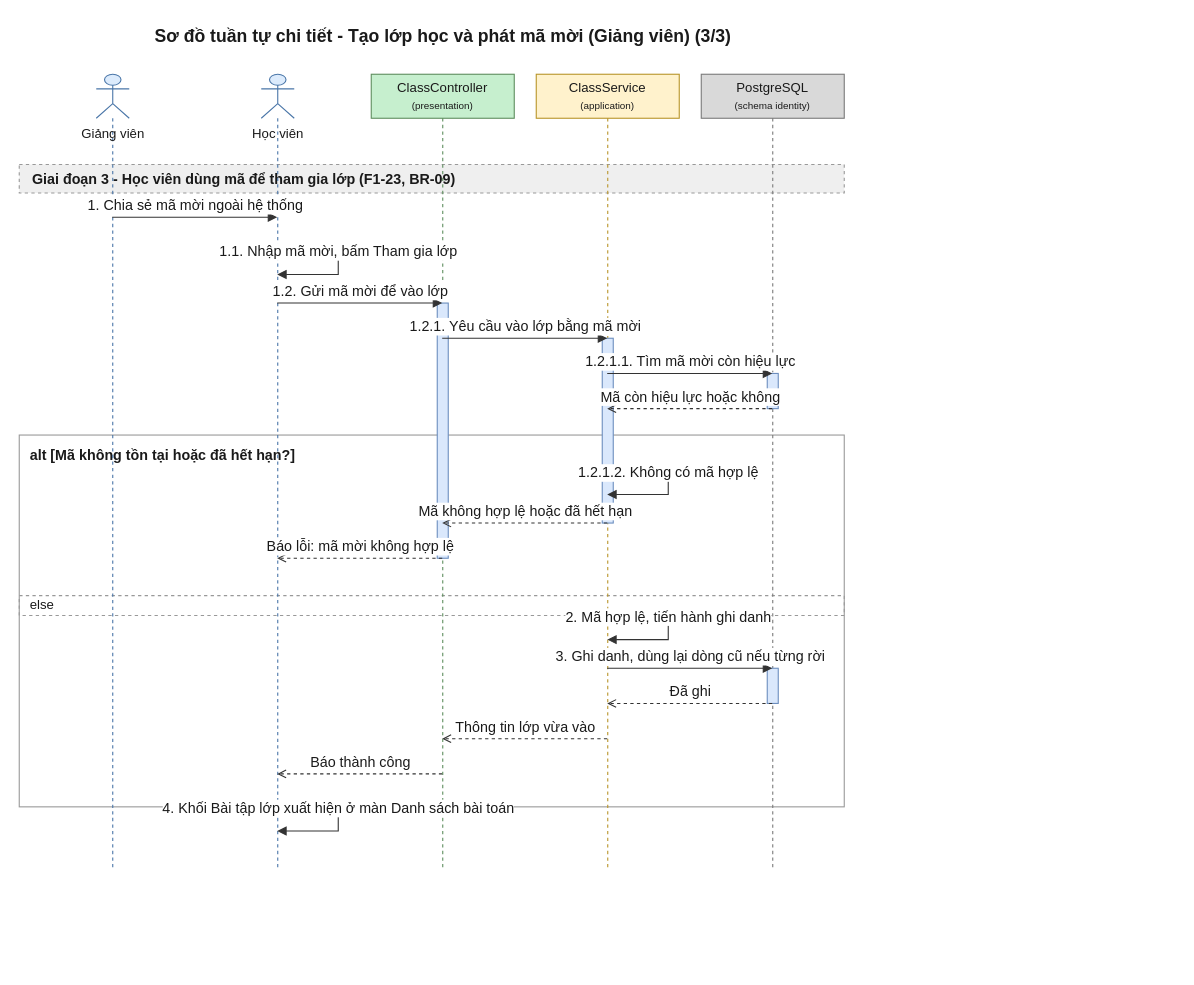
The draw.io diagram 08-diagram/sequence/gv/sequence_gv_tao_lop_va_ma_moi_p3.drawio in daiphu1801/PRJ_ALGOPREP, before the edit. Source tidied: cells renumbered, new cells numbered last; positions are measured from the earlier drawing's top-left corner, leaving out a move shared by most shapes. Both pictures are drawn from the tidied source at 110%, with x=0, y=0 at pixel (19, 19).
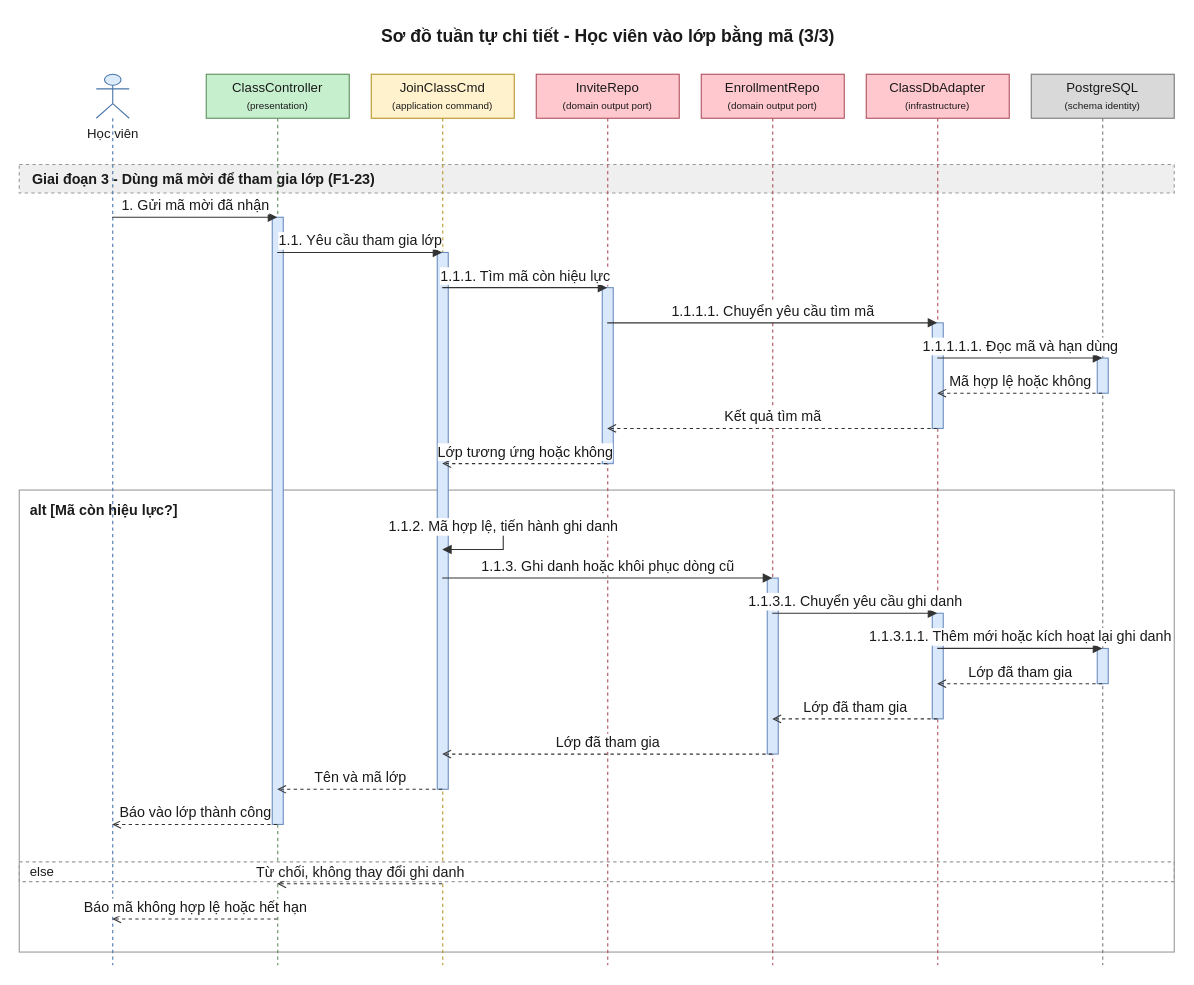
The same diagram, later.

The edit, as a diff of the source:
```diff
@@
-    <mxCell id="2" value="Sơ đồ tuần tự chi tiết - Tạo lớp học và phát mã mời (Giảng viên) (3/3)" style="text;html=1;fontSize=16;fontStyle=1;align=center;verticalAlign=middle;fontColor=#1A1A1A;" parent="1" vertex="1">
-      <mxGeometry x="20" width="730" height="30" as="geometry" />
+    <mxCell id="2" value="Sơ đồ tuần tự chi tiết - Học viên vào lớp bằng mã (3/3)" style="text;html=1;fontSize=16;fontStyle=1;align=center;verticalAlign=middle;fontColor=#1A1A1A;" parent="1" vertex="1">
+      <mxGeometry x="20" width="1030" height="30" as="geometry" />
     </mxCell>
-    <mxCell id="3" value="alt [Mã không tồn tại hoặc đã hết hạn?]" style="algoprep=alt;rounded=0;whiteSpace=wrap;html=1;fillColor=none;strokeColor=#999999;verticalAlign=top;align=left;spacingLeft=8;spacingTop=4;fontColor=#1A1A1A;fontSize=13;fontStyle=1;dashed=0;" parent="1" vertex="1">
-      <mxGeometry y="378" width="750" height="338" as="geometry" />
+    <mxCell id="3" value="alt [Mã còn hiệu lực?]" style="algoprep=alt;rounded=0;whiteSpace=wrap;html=1;fillColor=none;strokeColor=#999999;verticalAlign=top;align=left;spacingLeft=8;spacingTop=4;fontColor=#1A1A1A;fontSize=13;fontStyle=1;dashed=0;" parent="1" vertex="1">
+      <mxGeometry y="428" width="1050" height="420" as="geometry" />
     </mxCell>
     <mxCell id="4" value="else" style="text;html=1;dashed=1;strokeColor=#999999;fillColor=none;align=left;verticalAlign=middle;spacingLeft=8;fontColor=#1A1A1A;fontSize=12;" parent="1" vertex="1">
-      <mxGeometry y="524" width="750" height="18" as="geometry" />
+      <mxGeometry y="766" width="1050" height="18" as="geometry" />
     </mxCell>
-    <mxCell id="5" value="Giai đoạn 3 - Học viên dùng mã để tham gia lớp (F1-23, BR-09)" style="algoprep=phase;rounded=0;whiteSpace=wrap;html=1;fillColor=#EFEFEF;strokeColor=#999999;dashed=1;align=left;verticalAlign=middle;spacingLeft=10;fontColor=#1A1A1A;fontSize=13;fontStyle=1;" parent="1" vertex="1">
-      <mxGeometry y="132" width="750" height="26" as="geometry" />
+    <mxCell id="5" value="Giai đoạn 3 - Dùng mã mời để tham gia lớp (F1-23)" style="algoprep=phase;rounded=0;whiteSpace=wrap;html=1;fillColor=#EFEFEF;strokeColor=#999999;dashed=1;align=left;verticalAlign=middle;spacingLeft=10;fontColor=#1A1A1A;fontSize=13;fontStyle=1;" parent="1" vertex="1">
+      <mxGeometry y="132" width="1050" height="26" as="geometry" />
     </mxCell>
-    <mxCell id="6" value="Giảng viên" style="shape=umlLifeline;participant=umlActor;perimeter=lifelinePerimeter;html=1;outlineConnect=0;size=40;verticalAlign=top;spacingTop=40;fillColor=#DCEBFC;strokeColor=#4A76A8;fontColor=#1A1A1A;" parent="1" vertex="1">
-      <mxGeometry x="70" y="50" width="30" height="724" as="geometry" />
+    <mxCell id="6" value="Học viên" style="shape=umlLifeline;participant=umlActor;perimeter=lifelinePerimeter;html=1;outlineConnect=0;size=40;verticalAlign=top;spacingTop=40;fillColor=#DCEBFC;strokeColor=#4A76A8;fontColor=#1A1A1A;" parent="1" vertex="1">
+      <mxGeometry x="70" y="50" width="30" height="810" as="geometry" />
     </mxCell>
-    <mxCell id="7" value="Học viên" style="shape=umlLifeline;participant=umlActor;perimeter=lifelinePerimeter;html=1;outlineConnect=0;size=40;verticalAlign=top;spacingTop=40;fillColor=#DCEBFC;strokeColor=#4A76A8;fontColor=#1A1A1A;" parent="1" vertex="1">
-      <mxGeometry x="220" y="50" width="30" height="724" as="geometry" />
+    <mxCell id="7" value="ClassController&lt;br&gt;&lt;font style=&quot;font-size:9px&quot;&gt;(presentation)&lt;/font&gt;" style="shape=umlLifeline;perimeter=lifelinePerimeter;whiteSpace=wrap;html=1;outlineConnect=0;size=40;fillColor=#C6EFCE;strokeColor=#5E8E5E;fontColor=#1A1A1A;" parent="1" vertex="1">
+      <mxGeometry x="170" y="50" width="130" height="810" as="geometry" />
     </mxCell>
-    <mxCell id="8" value="ClassController&lt;br&gt;&lt;font style=&quot;font-size:9px&quot;&gt;(presentation)&lt;/font&gt;" style="shape=umlLifeline;perimeter=lifelinePerimeter;whiteSpace=wrap;html=1;outlineConnect=0;size=40;fillColor=#C6EFCE;strokeColor=#5E8E5E;fontColor=#1A1A1A;" parent="1" vertex="1">
-      <mxGeometry x="320" y="50" width="130" height="724" as="geometry" />
+    <mxCell id="8" value="JoinClassCmd&lt;br&gt;&lt;font style=&quot;font-size:9px&quot;&gt;(application command)&lt;/font&gt;" style="shape=umlLifeline;perimeter=lifelinePerimeter;whiteSpace=wrap;html=1;outlineConnect=0;size=40;fillColor=#FFF2CC;strokeColor=#B8952A;fontColor=#1A1A1A;" parent="1" vertex="1">
+      <mxGeometry x="320" y="50" width="130" height="810" as="geometry" />
     </mxCell>
-    <mxCell id="9" value="ClassService&lt;br&gt;&lt;font style=&quot;font-size:9px&quot;&gt;(application)&lt;/font&gt;" style="shape=umlLifeline;perimeter=lifelinePerimeter;whiteSpace=wrap;html=1;outlineConnect=0;size=40;fillColor=#FFF2CC;strokeColor=#B8952A;fontColor=#1A1A1A;" parent="1" vertex="1">
-      <mxGeometry x="470" y="50" width="130" height="724" as="geometry" />
+    <mxCell id="9" value="InviteRepo&lt;br&gt;&lt;font style=&quot;font-size:9px&quot;&gt;(domain output port)&lt;/font&gt;" style="shape=umlLifeline;perimeter=lifelinePerimeter;whiteSpace=wrap;html=1;outlineConnect=0;size=40;fillColor=#FFC7CE;strokeColor=#B0525E;fontColor=#1A1A1A;" parent="1" vertex="1">
+      <mxGeometry x="470" y="50" width="130" height="810" as="geometry" />
     </mxCell>
-    <mxCell id="10" value="PostgreSQL&lt;br&gt;&lt;font style=&quot;font-size:9px&quot;&gt;(schema identity)&lt;/font&gt;" style="shape=umlLifeline;perimeter=lifelinePerimeter;whiteSpace=wrap;html=1;outlineConnect=0;size=40;fillColor=#D9D9D9;strokeColor=#7A7A7A;fontColor=#1A1A1A;" parent="1" vertex="1">
-      <mxGeometry x="620" y="50" width="130" height="724" as="geometry" />
+    <mxCell id="10" value="EnrollmentRepo&lt;br&gt;&lt;font style=&quot;font-size:9px&quot;&gt;(domain output port)&lt;/font&gt;" style="shape=umlLifeline;perimeter=lifelinePerimeter;whiteSpace=wrap;html=1;outlineConnect=0;size=40;fillColor=#FFC7CE;strokeColor=#B0525E;fontColor=#1A1A1A;" parent="1" vertex="1">
+      <mxGeometry x="620" y="50" width="130" height="810" as="geometry" />
     </mxCell>
-    <mxCell id="11" style="html=1;points=[[0,0,0,0,0],[0,1,0,0,0],[1,0,0,0,0],[1,1,0,0,0]];perimeter=orthogonalPerimeter;outlineConnect=0;targetShapes=umlLifeline;fillColor=#DAE8FC;strokeColor=#6C8EBF;" parent="10" vertex="1">
-      <mxGeometry x="60" y="272" width="10" height="32" as="geometry" />
+    <mxCell id="11" value="ClassDbAdapter&lt;br&gt;&lt;font style=&quot;font-size:9px&quot;&gt;(infrastructure)&lt;/font&gt;" style="shape=umlLifeline;perimeter=lifelinePerimeter;whiteSpace=wrap;html=1;outlineConnect=0;size=40;fillColor=#FFC7CE;strokeColor=#B0525E;fontColor=#1A1A1A;" parent="1" vertex="1">
+      <mxGeometry x="770" y="50" width="130" height="810" as="geometry" />
     </mxCell>
-    <mxCell id="12" style="html=1;points=[[0,0,0,0,0],[0,1,0,0,0],[1,0,0,0,0],[1,1,0,0,0]];perimeter=orthogonalPerimeter;outlineConnect=0;targetShapes=umlLifeline;fillColor=#DAE8FC;strokeColor=#6C8EBF;" parent="9" vertex="1">
-      <mxGeometry x="60" y="240" width="10" height="168" as="geometry" />
+    <mxCell id="12" value="PostgreSQL&lt;br&gt;&lt;font style=&quot;font-size:9px&quot;&gt;(schema identity)&lt;/font&gt;" style="shape=umlLifeline;perimeter=lifelinePerimeter;whiteSpace=wrap;html=1;outlineConnect=0;size=40;fillColor=#D9D9D9;strokeColor=#7A7A7A;fontColor=#1A1A1A;" parent="1" vertex="1">
+      <mxGeometry x="920" y="50" width="130" height="810" as="geometry" />
     </mxCell>
-    <mxCell id="13" style="html=1;perimeter=orthogonalPerimeter;targetShapes=umlLifeline;fillColor=#DAE8FC;strokeColor=#6C8EBF;" parent="8" vertex="1">
-      <mxGeometry x="60" y="208" width="10" height="232" as="geometry" />
+    <mxCell id="13" style="html=1;perimeter=orthogonalPerimeter;targetShapes=umlLifeline;fillColor=#DAE8FC;strokeColor=#6C8EBF;" parent="12" vertex="1">
+      <mxGeometry x="60" y="258" width="10" height="32" as="geometry" />
     </mxCell>
-    <mxCell id="14" style="html=1;perimeter=orthogonalPerimeter;targetShapes=umlLifeline;fillColor=#DAE8FC;strokeColor=#6C8EBF;" parent="10" vertex="1">
-      <mxGeometry x="60" y="540" width="10" height="32" as="geometry" />
+    <mxCell id="14" style="html=1;perimeter=orthogonalPerimeter;targetShapes=umlLifeline;fillColor=#DAE8FC;strokeColor=#6C8EBF;" parent="11" vertex="1">
+      <mxGeometry x="60" y="226" width="10" height="96" as="geometry" />
     </mxCell>
-    <mxCell id="15" value="1. Chia sẻ mã mời ngoài hệ thống" style="edgeStyle=none;html=1;endArrow=block;endFill=1;strokeColor=#333333;fontColor=#1A1A1A;fontSize=13;verticalAlign=bottom;exitX=0.5;exitY=0.1796;exitDx=0;exitDy=0;entryX=0.5;entryY=0.1796;entryDx=0;entryDy=0;" parent="1" edge="1" source="6" target="7">
-      <mxGeometry relative="1" as="geometry" />
-    </mxCell>
-    <mxCell id="16" value="1.1. Nhập mã mời, bấm Tham gia lớp" style="edgeStyle=orthogonalEdgeStyle;rounded=0;html=1;endArrow=block;endFill=1;strokeColor=#333333;fontColor=#1A1A1A;fontSize=13;verticalAlign=bottom;exitX=0.5;exitY=0.2238;exitDx=0;exitDy=0;entryX=0.5;entryY=0.2514;entryDx=0;entryDy=0;" parent="1" edge="1" source="7" target="7">
-      <mxGeometry relative="1" as="geometry">
-        <Array as="points">
-          <mxPoint x="290" y="212" />
-          <mxPoint x="290" y="232" />
-        </Array>
-      </mxGeometry>
-    </mxCell>
-    <mxCell id="17" value="1.2. Gửi mã mời để vào lớp" style="edgeStyle=none;html=1;endArrow=block;endFill=1;strokeColor=#333333;fontColor=#1A1A1A;fontSize=13;verticalAlign=bottom;exitX=0.5;exitY=0.2873;exitDx=0;exitDy=0;entryX=0.5;entryY=0.2873;entryDx=0;entryDy=0;" parent="1" edge="1" source="7" target="8">
-      <mxGeometry relative="1" as="geometry" />
-    </mxCell>
-    <mxCell id="18" value="1.2.1. Yêu cầu vào lớp bằng mã mời" style="edgeStyle=none;html=1;endArrow=block;endFill=1;strokeColor=#333333;fontColor=#1A1A1A;fontSize=13;verticalAlign=bottom;exitX=0.5;exitY=0.3315;exitDx=0;exitDy=0;entryX=0.5;entryY=0.3315;entryDx=0;entryDy=0;" parent="1" edge="1" source="8" target="9">
-      <mxGeometry relative="1" as="geometry" />
-    </mxCell>
-    <mxCell id="19" value="1.2.1.1. Tìm mã mời còn hiệu lực" style="edgeStyle=none;html=1;endArrow=block;endFill=1;strokeColor=#333333;fontColor=#1A1A1A;fontSize=13;verticalAlign=bottom;exitX=0.5;exitY=0.3757;exitDx=0;exitDy=0;entryX=0.5;entryY=0.3757;entryDx=0;entryDy=0;" parent="1" edge="1" source="9" target="10">
-      <mxGeometry relative="1" as="geometry" />
-    </mxCell>
-    <mxCell id="20" value="Mã còn hiệu lực hoặc không" style="edgeStyle=none;html=1;endArrow=open;endFill=0;dashed=1;strokeColor=#333333;fontColor=#1A1A1A;fontSize=13;verticalAlign=bottom;exitX=0.5;exitY=0.4199;exitDx=0;exitDy=0;entryX=0.5;entryY=0.4199;entryDx=0;entryDy=0;" parent="1" edge="1" source="10" target="9">
-      <mxGeometry relative="1" as="geometry" />
-    </mxCell>
+    <mxCell id="30" style="html=1;perimeter=orthogonalPerimeter;targetShapes=umlLifeline;fillColor=#DAE8FC;strokeColor=#6C8EBF;" parent="9" vertex="1">
+      <mxGeometry x="60" y="194" width="10" height="160" as="geometry" />
+    </mxCell>
+    <mxCell id="31" style="html=1;perimeter=orthogonalPerimeter;targetShapes=umlLifeline;fillColor=#DAE8FC;strokeColor=#6C8EBF;" parent="12" vertex="1">
+      <mxGeometry x="60" y="522" width="10" height="32" as="geometry" />
+    </mxCell>
+    <mxCell id="32" style="html=1;perimeter=orthogonalPerimeter;targetShapes=umlLifeline;fillColor=#DAE8FC;strokeColor=#6C8EBF;" parent="11" vertex="1">
+      <mxGeometry x="60" y="490" width="10" height="96" as="geometry" />
+    </mxCell>
+    <mxCell id="33" style="html=1;perimeter=orthogonalPerimeter;targetShapes=umlLifeline;fillColor=#DAE8FC;strokeColor=#6C8EBF;" parent="10" vertex="1">
+      <mxGeometry x="60" y="458" width="10" height="160" as="geometry" />
+    </mxCell>
+    <mxCell id="34" style="html=1;perimeter=orthogonalPerimeter;targetShapes=umlLifeline;fillColor=#DAE8FC;strokeColor=#6C8EBF;" parent="8" vertex="1">
+      <mxGeometry x="60" y="162" width="10" height="488" as="geometry" />
+    </mxCell>
+    <mxCell id="35" style="html=1;perimeter=orthogonalPerimeter;targetShapes=umlLifeline;fillColor=#DAE8FC;strokeColor=#6C8EBF;" parent="7" vertex="1">
+      <mxGeometry x="60" y="130" width="10" height="552" as="geometry" />
+    </mxCell>
-    <mxCell id="21" value="1.2.1.2. Không có mã hợp lệ" style="edgeStyle=orthogonalEdgeStyle;rounded=0;html=1;endArrow=block;endFill=1;strokeColor=#333333;fontColor=#1A1A1A;fontSize=13;verticalAlign=bottom;exitX=0.5;exitY=0.5000;exitDx=0;exitDy=0;entryX=0.5;entryY=0.5276;entryDx=0;entryDy=0;" parent="1" edge="1" source="9" target="9">
-      <mxGeometry relative="1" as="geometry">
-        <Array as="points">
-          <mxPoint x="590" y="412" />
-          <mxPoint x="590" y="432" />
-        </Array>
-      </mxGeometry>
+    <mxCell id="21" value="1. Gửi mã mời đã nhận" style="edgeStyle=none;html=1;endArrow=block;endFill=1;strokeColor=#333333;fontColor=#1A1A1A;fontSize=13;verticalAlign=bottom;exitX=0.5;exitY=0.1605;exitDx=0;exitDy=0;entryX=0.5;entryY=0.1605;entryDx=0;entryDy=0;" parent="1" edge="1" source="6" target="7">
+      <mxGeometry relative="1" as="geometry" />
     </mxCell>
-    <mxCell id="22" value="Mã không hợp lệ hoặc đã hết hạn" style="edgeStyle=none;html=1;endArrow=open;endFill=0;dashed=1;strokeColor=#333333;fontColor=#1A1A1A;fontSize=13;verticalAlign=bottom;exitX=0.5;exitY=0.5635;exitDx=0;exitDy=0;entryX=0.5;entryY=0.5635;entryDx=0;entryDy=0;" parent="1" edge="1" source="9" target="8">
+    <mxCell id="22" value="1.1. Yêu cầu tham gia lớp" style="edgeStyle=none;html=1;endArrow=block;endFill=1;strokeColor=#333333;fontColor=#1A1A1A;fontSize=13;verticalAlign=bottom;exitX=0.5;exitY=0.2000;exitDx=0;exitDy=0;entryX=0.5;entryY=0.2000;entryDx=0;entryDy=0;" parent="1" edge="1" source="7" target="8">
       <mxGeometry relative="1" as="geometry" />
     </mxCell>
-    <mxCell id="23" value="Báo lỗi: mã mời không hợp lệ" style="edgeStyle=none;html=1;endArrow=open;endFill=0;dashed=1;strokeColor=#333333;fontColor=#1A1A1A;fontSize=13;verticalAlign=bottom;exitX=0.5;exitY=0.6077;exitDx=0;exitDy=0;entryX=0.5;entryY=0.6077;entryDx=0;entryDy=0;" parent="1" edge="1" source="8" target="7">
+    <mxCell id="23" value="1.1.1. Tìm mã còn hiệu lực" style="edgeStyle=none;html=1;endArrow=block;endFill=1;strokeColor=#333333;fontColor=#1A1A1A;fontSize=13;verticalAlign=bottom;exitX=0.5;exitY=0.2395;exitDx=0;exitDy=0;entryX=0.5;entryY=0.2395;entryDx=0;entryDy=0;" parent="1" edge="1" source="8" target="9">
       <mxGeometry relative="1" as="geometry" />
     </mxCell>
-    <mxCell id="24" value="2. Mã hợp lệ, tiến hành ghi danh" style="edgeStyle=orthogonalEdgeStyle;rounded=0;html=1;endArrow=block;endFill=1;strokeColor=#333333;fontColor=#1A1A1A;fontSize=13;verticalAlign=bottom;exitX=0.5;exitY=0.6823;exitDx=0;exitDy=0;entryX=0.5;entryY=0.7099;entryDx=0;entryDy=0;" parent="1" edge="1" source="9" target="9">
-      <mxGeometry relative="1" as="geometry">
-        <Array as="points">
-          <mxPoint x="590" y="544" />
-          <mxPoint x="590" y="564" />
-        </Array>
-      </mxGeometry>
+    <mxCell id="24" value="1.1.1.1. Chuyển yêu cầu tìm mã" style="edgeStyle=none;html=1;endArrow=block;endFill=1;strokeColor=#333333;fontColor=#1A1A1A;fontSize=13;verticalAlign=bottom;exitX=0.5;exitY=0.2790;exitDx=0;exitDy=0;entryX=0.5;entryY=0.2790;entryDx=0;entryDy=0;" parent="1" edge="1" source="9" target="11">
+      <mxGeometry relative="1" as="geometry" />
     </mxCell>
-    <mxCell id="25" value="3. Ghi danh, dùng lại dòng cũ nếu từng rời" style="edgeStyle=none;html=1;endArrow=block;endFill=1;strokeColor=#333333;fontColor=#1A1A1A;fontSize=13;verticalAlign=bottom;exitX=0.5;exitY=0.7459;exitDx=0;exitDy=0;entryX=0.5;entryY=0.7459;entryDx=0;entryDy=0;" parent="1" edge="1" source="9" target="10">
+    <mxCell id="25" value="1.1.1.1.1. Đọc mã và hạn dùng" style="edgeStyle=none;html=1;endArrow=block;endFill=1;strokeColor=#333333;fontColor=#1A1A1A;fontSize=13;verticalAlign=bottom;exitX=0.5;exitY=0.3185;exitDx=0;exitDy=0;entryX=0.5;entryY=0.3185;entryDx=0;entryDy=0;" parent="1" edge="1" source="11" target="12">
       <mxGeometry relative="1" as="geometry" />
     </mxCell>
-    <mxCell id="26" value="Đã ghi" style="edgeStyle=none;html=1;endArrow=open;endFill=0;dashed=1;strokeColor=#333333;fontColor=#1A1A1A;fontSize=13;verticalAlign=bottom;exitX=0.5;exitY=0.7901;exitDx=0;exitDy=0;entryX=0.5;entryY=0.7901;entryDx=0;entryDy=0;" parent="1" edge="1" source="10" target="9">
+    <mxCell id="26" value="Mã hợp lệ hoặc không" style="edgeStyle=none;html=1;endArrow=open;endFill=0;dashed=1;strokeColor=#333333;fontColor=#1A1A1A;fontSize=13;verticalAlign=bottom;exitX=0.5;exitY=0.3580;exitDx=0;exitDy=0;entryX=0.5;entryY=0.3580;entryDx=0;entryDy=0;" parent="1" edge="1" source="12" target="11">
       <mxGeometry relative="1" as="geometry" />
     </mxCell>
-    <mxCell id="27" value="Thông tin lớp vừa vào" style="edgeStyle=none;html=1;endArrow=open;endFill=0;dashed=1;strokeColor=#333333;fontColor=#1A1A1A;fontSize=13;verticalAlign=bottom;exitX=0.5;exitY=0.8343;exitDx=0;exitDy=0;entryX=0.5;entryY=0.8343;entryDx=0;entryDy=0;" parent="1" edge="1" source="9" target="8">
+    <mxCell id="27" value="Kết quả tìm mã" style="edgeStyle=none;html=1;endArrow=open;endFill=0;dashed=1;strokeColor=#333333;fontColor=#1A1A1A;fontSize=13;verticalAlign=bottom;exitX=0.5;exitY=0.3975;exitDx=0;exitDy=0;entryX=0.5;entryY=0.3975;entryDx=0;entryDy=0;" parent="1" edge="1" source="11" target="9">
       <mxGeometry relative="1" as="geometry" />
     </mxCell>
-    <mxCell id="28" value="Báo thành công" style="edgeStyle=none;html=1;endArrow=open;endFill=0;dashed=1;strokeColor=#333333;fontColor=#1A1A1A;fontSize=13;verticalAlign=bottom;exitX=0.5;exitY=0.8785;exitDx=0;exitDy=0;entryX=0.5;entryY=0.8785;entryDx=0;entryDy=0;" parent="1" edge="1" source="8" target="7">
+    <mxCell id="28" value="Lớp tương ứng hoặc không" style="edgeStyle=none;html=1;endArrow=open;endFill=0;dashed=1;strokeColor=#333333;fontColor=#1A1A1A;fontSize=13;verticalAlign=bottom;exitX=0.5;exitY=0.4370;exitDx=0;exitDy=0;entryX=0.5;entryY=0.4370;entryDx=0;entryDy=0;" parent="1" edge="1" source="9" target="8">
       <mxGeometry relative="1" as="geometry" />
     </mxCell>
-    <mxCell id="29" value="4. Khối Bài tập lớp xuất hiện ở màn Danh sách bài toán" style="edgeStyle=orthogonalEdgeStyle;rounded=0;html=1;endArrow=block;endFill=1;strokeColor=#333333;fontColor=#1A1A1A;fontSize=13;verticalAlign=bottom;exitX=0.5;exitY=0.9227;exitDx=0;exitDy=0;entryX=0.5;entryY=0.9503;entryDx=0;entryDy=0;" parent="1" edge="1" source="7" target="7">
+    <mxCell id="29" value="1.1.2. Mã hợp lệ, tiến hành ghi danh" style="edgeStyle=orthogonalEdgeStyle;rounded=0;html=1;endArrow=block;endFill=1;strokeColor=#333333;fontColor=#1A1A1A;fontSize=13;verticalAlign=bottom;exitX=0.5;exitY=0.5086;exitDx=0;exitDy=0;entryX=0.5;entryY=0.5333;entryDx=0;entryDy=0;" parent="1" edge="1" source="8" target="8">
       <mxGeometry relative="1" as="geometry">
         <Array as="points">
-          <mxPoint x="290" y="718" />
-          <mxPoint x="290" y="738" />
+          <mxPoint x="440" y="462" />
+          <mxPoint x="440" y="482" />
         </Array>
       </mxGeometry>
     </mxCell>
+    <mxCell id="36" value="1.1.3. Ghi danh hoặc khôi phục dòng cũ" style="edgeStyle=none;html=1;endArrow=block;endFill=1;strokeColor=#333333;fontColor=#1A1A1A;fontSize=13;verticalAlign=bottom;exitX=0.5;exitY=0.5654;exitDx=0;exitDy=0;entryX=0.5;entryY=0.5654;entryDx=0;entryDy=0;" parent="1" edge="1" source="8" target="10">
+      <mxGeometry relative="1" as="geometry" />
+    </mxCell>
+    <mxCell id="37" value="1.1.3.1. Chuyển yêu cầu ghi danh" style="edgeStyle=none;html=1;endArrow=block;endFill=1;strokeColor=#333333;fontColor=#1A1A1A;fontSize=13;verticalAlign=bottom;exitX=0.5;exitY=0.6049;exitDx=0;exitDy=0;entryX=0.5;entryY=0.6049;entryDx=0;entryDy=0;" parent="1" edge="1" source="10" target="11">
+      <mxGeometry relative="1" as="geometry" />
+    </mxCell>
+    <mxCell id="38" value="1.1.3.1.1. Thêm mới hoặc kích hoạt lại ghi danh" style="edgeStyle=none;html=1;endArrow=block;endFill=1;strokeColor=#333333;fontColor=#1A1A1A;fontSize=13;verticalAlign=bottom;exitX=0.5;exitY=0.6444;exitDx=0;exitDy=0;entryX=0.5;entryY=0.6444;entryDx=0;entryDy=0;" parent="1" edge="1" source="11" target="12">
+      <mxGeometry relative="1" as="geometry" />
+    </mxCell>
+    <mxCell id="39" value="Lớp đã tham gia" style="edgeStyle=none;html=1;endArrow=open;endFill=0;dashed=1;strokeColor=#333333;fontColor=#1A1A1A;fontSize=13;verticalAlign=bottom;exitX=0.5;exitY=0.6840;exitDx=0;exitDy=0;entryX=0.5;entryY=0.6840;entryDx=0;entryDy=0;" parent="1" edge="1" source="12" target="11">
+      <mxGeometry relative="1" as="geometry" />
+    </mxCell>
+    <mxCell id="40" value="Lớp đã tham gia" style="edgeStyle=none;html=1;endArrow=open;endFill=0;dashed=1;strokeColor=#333333;fontColor=#1A1A1A;fontSize=13;verticalAlign=bottom;exitX=0.5;exitY=0.7235;exitDx=0;exitDy=0;entryX=0.5;entryY=0.7235;entryDx=0;entryDy=0;" parent="1" edge="1" source="11" target="10">
+      <mxGeometry relative="1" as="geometry" />
+    </mxCell>
+    <mxCell id="41" value="Lớp đã tham gia" style="edgeStyle=none;html=1;endArrow=open;endFill=0;dashed=1;strokeColor=#333333;fontColor=#1A1A1A;fontSize=13;verticalAlign=bottom;exitX=0.5;exitY=0.7630;exitDx=0;exitDy=0;entryX=0.5;entryY=0.7630;entryDx=0;entryDy=0;" parent="1" edge="1" source="10" target="8">
+      <mxGeometry relative="1" as="geometry" />
+    </mxCell>
+    <mxCell id="42" value="Tên và mã lớp" style="edgeStyle=none;html=1;endArrow=open;endFill=0;dashed=1;strokeColor=#333333;fontColor=#1A1A1A;fontSize=13;verticalAlign=bottom;exitX=0.5;exitY=0.8025;exitDx=0;exitDy=0;entryX=0.5;entryY=0.8025;entryDx=0;entryDy=0;" parent="1" edge="1" source="8" target="7">
+      <mxGeometry relative="1" as="geometry" />
+    </mxCell>
+    <mxCell id="43" value="Báo vào lớp thành công" style="edgeStyle=none;html=1;endArrow=open;endFill=0;dashed=1;strokeColor=#333333;fontColor=#1A1A1A;fontSize=13;verticalAlign=bottom;exitX=0.5;exitY=0.8420;exitDx=0;exitDy=0;entryX=0.5;entryY=0.8420;entryDx=0;entryDy=0;" parent="1" edge="1" source="7" target="6">
+      <mxGeometry relative="1" as="geometry" />
+    </mxCell>
+    <mxCell id="44" value="Từ chối, không thay đổi ghi danh" style="edgeStyle=none;html=1;endArrow=open;endFill=0;dashed=1;strokeColor=#333333;fontColor=#1A1A1A;fontSize=13;verticalAlign=bottom;exitX=0.5;exitY=0.9086;exitDx=0;exitDy=0;entryX=0.5;entryY=0.9086;entryDx=0;entryDy=0;" parent="1" edge="1" source="8" target="7">
+      <mxGeometry relative="1" as="geometry" />
+    </mxCell>
+    <mxCell id="45" value="Báo mã không hợp lệ hoặc hết hạn" style="edgeStyle=none;html=1;endArrow=open;endFill=0;dashed=1;strokeColor=#333333;fontColor=#1A1A1A;fontSize=13;verticalAlign=bottom;exitX=0.5;exitY=0.9481;exitDx=0;exitDy=0;entryX=0.5;entryY=0.9481;entryDx=0;entryDy=0;" parent="1" edge="1" source="7" target="6">
+      <mxGeometry relative="1" as="geometry" />
+    </mxCell>
```
